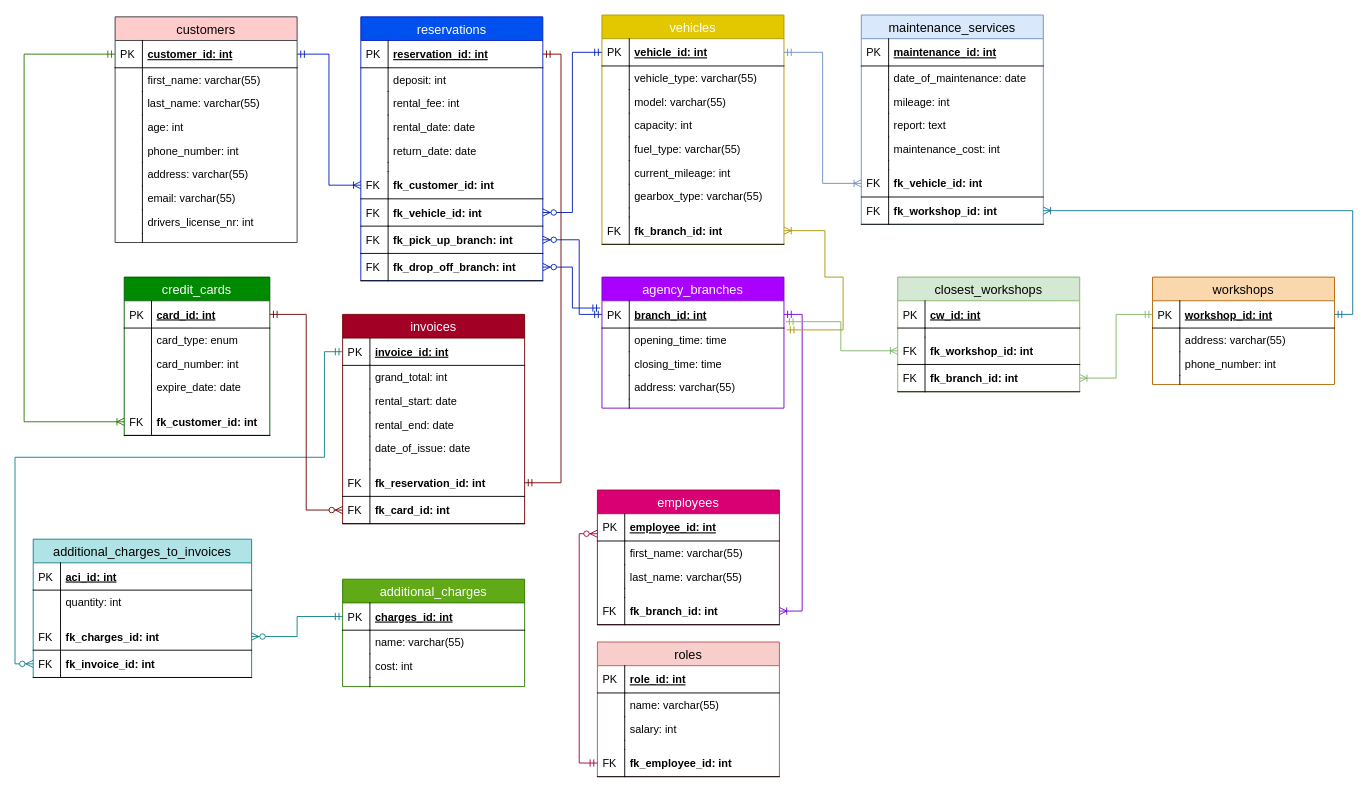
Earlier version of the draw.io diagram Database-Development/3nf.drawio (Cosmic0wl/FSWD70-Valentina-Panetta-CodeReview-09). Source tidied: cells renumbered, new cells numbered last; positions are measured from the earlier drawing's top-left corner, leaving out a move shared by most shapes. Both pictures are drawn from the tidied source at 91%, with x=0, y=0 at pixel (15, 15).
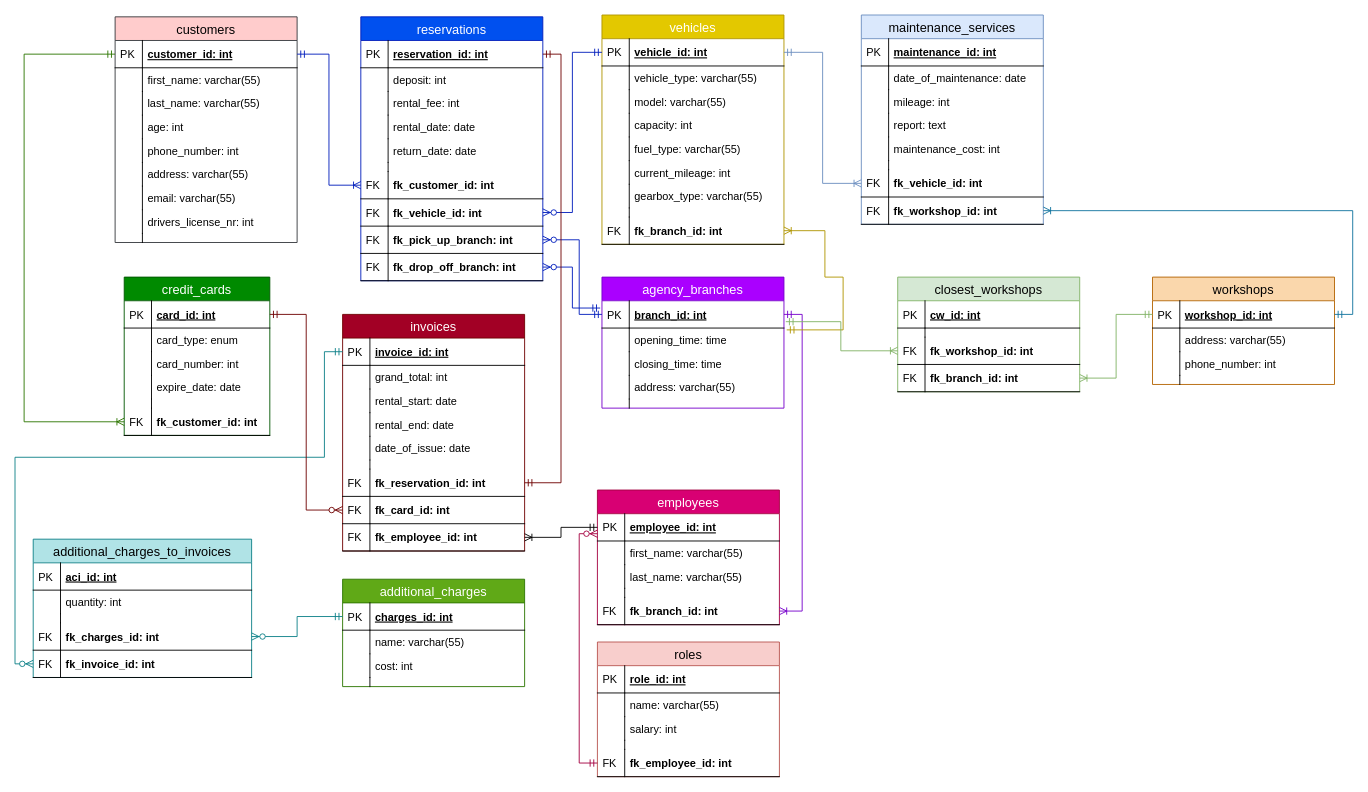
Above is the later version.

The change refers to these unchanged cells:
```xml
<mxCell id="75" value="employee_id: int" style="shape=partialRectangle;top=0;left=0;right=0;bottom=1;align=left;verticalAlign=middle;fillColor=none;spacingLeft=34;spacingRight=4;overflow=hidden;points=[[0,0.5],[1,0.5]];portConstraint=eastwest;fontStyle=5;fontSize=12;" parent="74" vertex="1">
  <mxGeometry y="26" width="200" height="30" as="geometry" />
</mxCell>
```

The edit, as a diff of the source:
```diff
@@
     <mxCell id="107" value="invoices" style="swimlane;fontStyle=0;horizontal=1;startSize=26;fillColor=#a20025;swimlaneFillColor=#ffffff;align=center;fontSize=14;strokeColor=#6F0000;fontColor=#ffffff;" parent="1" vertex="1">
-      <mxGeometry x="360" y="329" width="200" height="230" as="geometry" />
+      <mxGeometry x="360" y="329" width="200" height="260" as="geometry" />
     </mxCell>
@@
+    <mxCell id="195" value="fk_employee_id: int" style="shape=partialRectangle;top=0;left=0;right=0;bottom=1;align=left;verticalAlign=middle;fillColor=none;spacingLeft=34;spacingRight=4;overflow=hidden;points=[[0,0.5],[1,0.5]];portConstraint=eastwest;fontStyle=1;fontSize=12;" parent="107" vertex="1">
+      <mxGeometry y="230" width="200" height="30" as="geometry" />
+    </mxCell>
+    <mxCell id="196" value="FK" style="shape=partialRectangle;top=0;left=0;bottom=0;fillColor=none;align=left;verticalAlign=middle;spacingLeft=4;spacingRight=4;overflow=hidden;fontSize=12;" parent="195" vertex="1">
+      <mxGeometry width="30" height="30" as="geometry" />
+    </mxCell>
@@
+    <mxCell id="197" style="edgeStyle=orthogonalEdgeStyle;rounded=0;jettySize=auto;html=1;entryX=0;entryY=0.5;entryDx=0;entryDy=0;startArrow=ERoneToMany;startFill=0;endArrow=ERmandOne;endFill=0;" parent="1" edge="1" source="195" target="75">
+      <mxGeometry relative="1" as="geometry" />
+    </mxCell>
```
